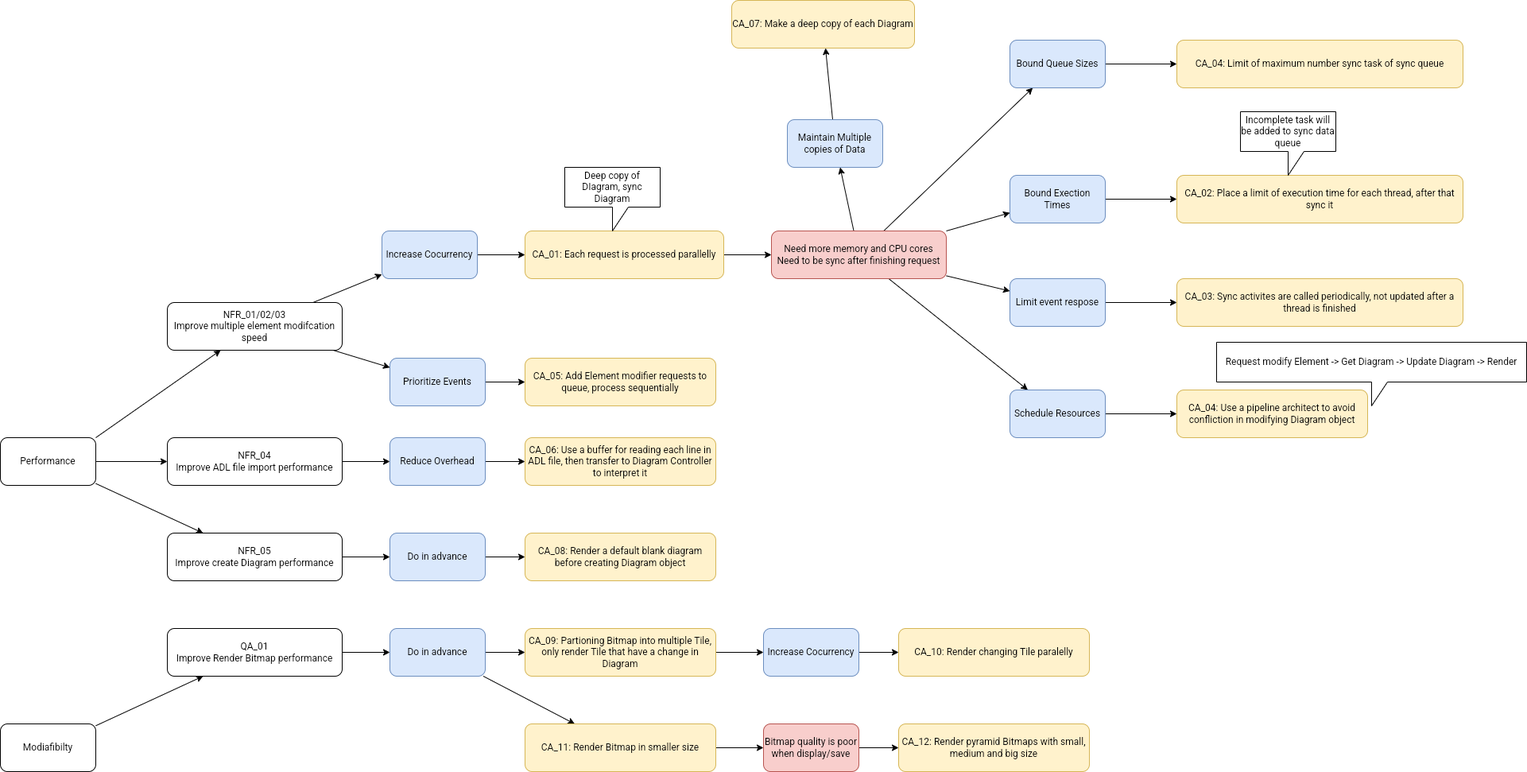
Earlier version of the draw.io export img/CA.drawio.png (phunm211/SW-Associate-Architecture). Source tidied: cells renumbered, new cells last; positions are measured from the earlier drawing's top-left corner, leaving out a move shared by most shapes.
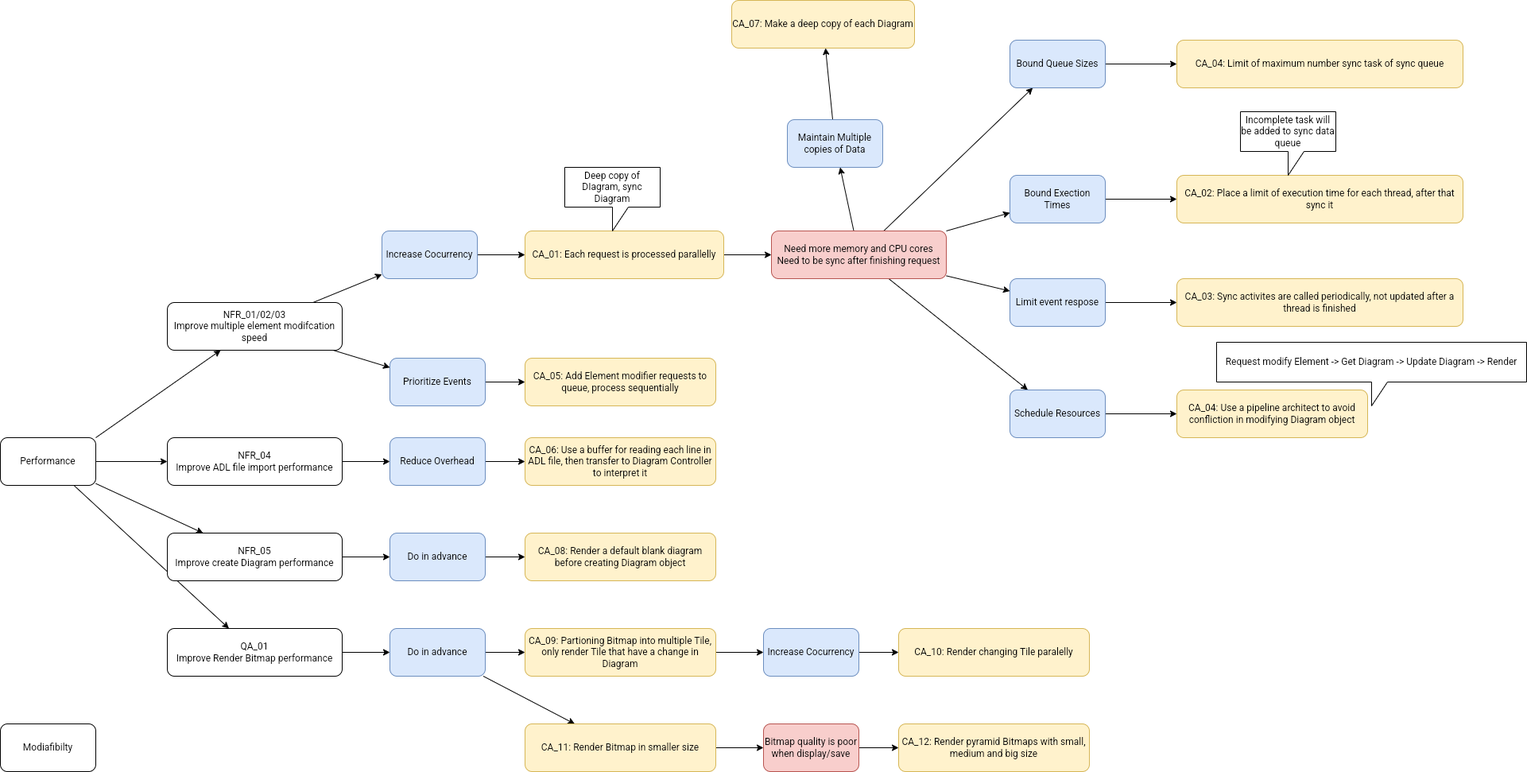
The same diagram one commit later.

Change to the diagram source:
```diff
@@ -14,7 +14,7 @@
     <mxCell id="5" value="Performance" style="rounded=1;whiteSpace=wrap;html=1;" parent="1" vertex="1">
       <mxGeometry y="550" width="120" height="60" as="geometry" />
     </mxCell>
-    <mxCell id="6" style="edgeStyle=none;rounded=0;jettySize=auto;html=1;" parent="1" edge="1" source="7" target="53">
+    <mxCell id="6" style="edgeStyle=none;rounded=0;jettySize=auto;html=1;" parent="1" edge="1" source="5" target="53">
       <mxGeometry relative="1" as="geometry" />
     </mxCell>
     <mxCell id="7" value="Modiafibilty" style="rounded=1;whiteSpace=wrap;html=1;" parent="1" vertex="1">
```
